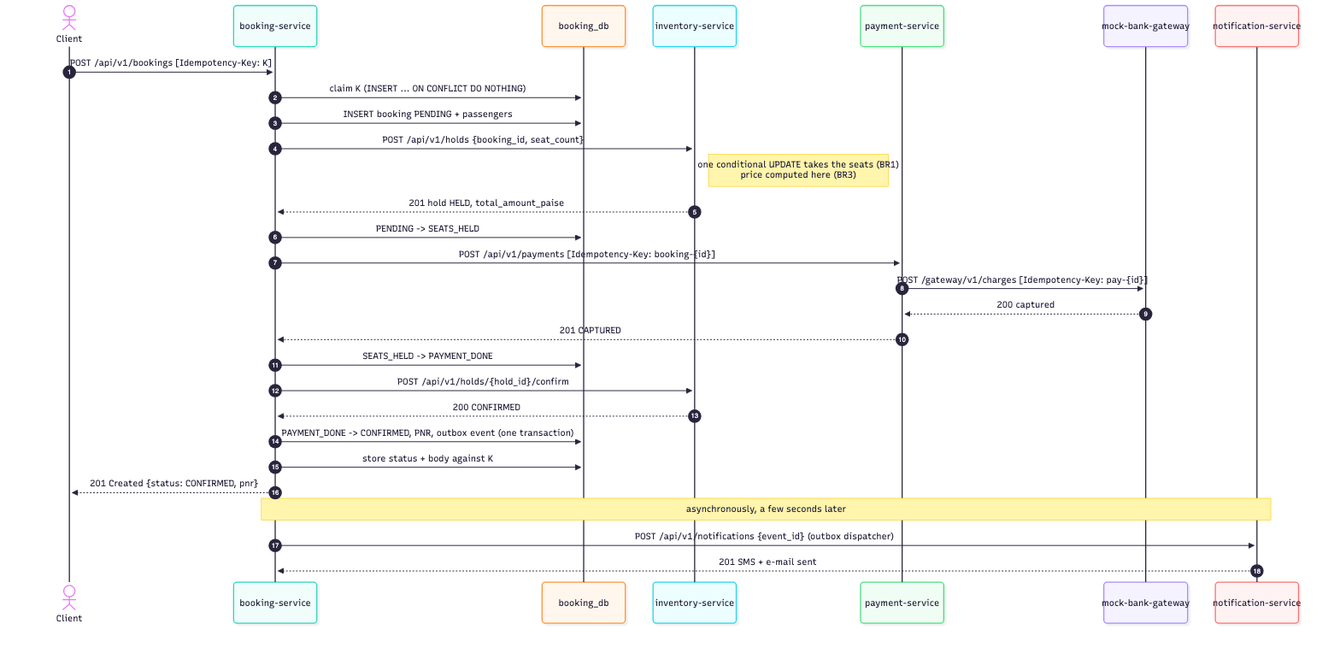
spaceman-dev/tatkal-booking-microservices keeps this Mermaid diagram as docs/diagrams/sequence-happy-path.png. Above is the earlier version. Its source is kept beside it as docs/diagrams/sequence-happy-path.mmd. The source it was exported from:
```mermaid
sequenceDiagram
    autonumber
    actor C as Client
    participant B as booking-service
    participant BD as booking_db
    participant I as inventory-service
    participant P as payment-service
    participant G as mock-bank-gateway
    participant N as notification-service

    C->>B: POST /api/v1/bookings  [Idempotency-Key: K]
    B->>BD: claim K (INSERT ... ON CONFLICT DO NOTHING)
    B->>BD: INSERT booking PENDING + passengers
    B->>I: POST /api/v1/holds {booking_id, seat_count}
    Note right of I: one conditional UPDATE takes the seats (BR1)<br/>price computed here (BR3)
    I-->>B: 201 hold HELD, total_amount_paise
    B->>BD: PENDING -> SEATS_HELD
    B->>P: POST /api/v1/payments  [Idempotency-Key: booking-{id}]
    P->>G: POST /gateway/v1/charges  [Idempotency-Key: pay-{id}]
    G-->>P: 200 captured
    P-->>B: 201 CAPTURED
    B->>BD: SEATS_HELD -> PAYMENT_DONE
    B->>I: POST /api/v1/holds/{hold_id}/confirm
    I-->>B: 200 CONFIRMED
    B->>BD: PAYMENT_DONE -> CONFIRMED, PNR, outbox event (one transaction)
    B->>BD: store status + body against K
    B-->>C: 201 Created {status: CONFIRMED, pnr}

    Note over B,N: asynchronously, a few seconds later
    B->>N: POST /api/v1/notifications {event_id}  (outbox dispatcher)
    N-->>B: 201 SMS + e-mail sent
```
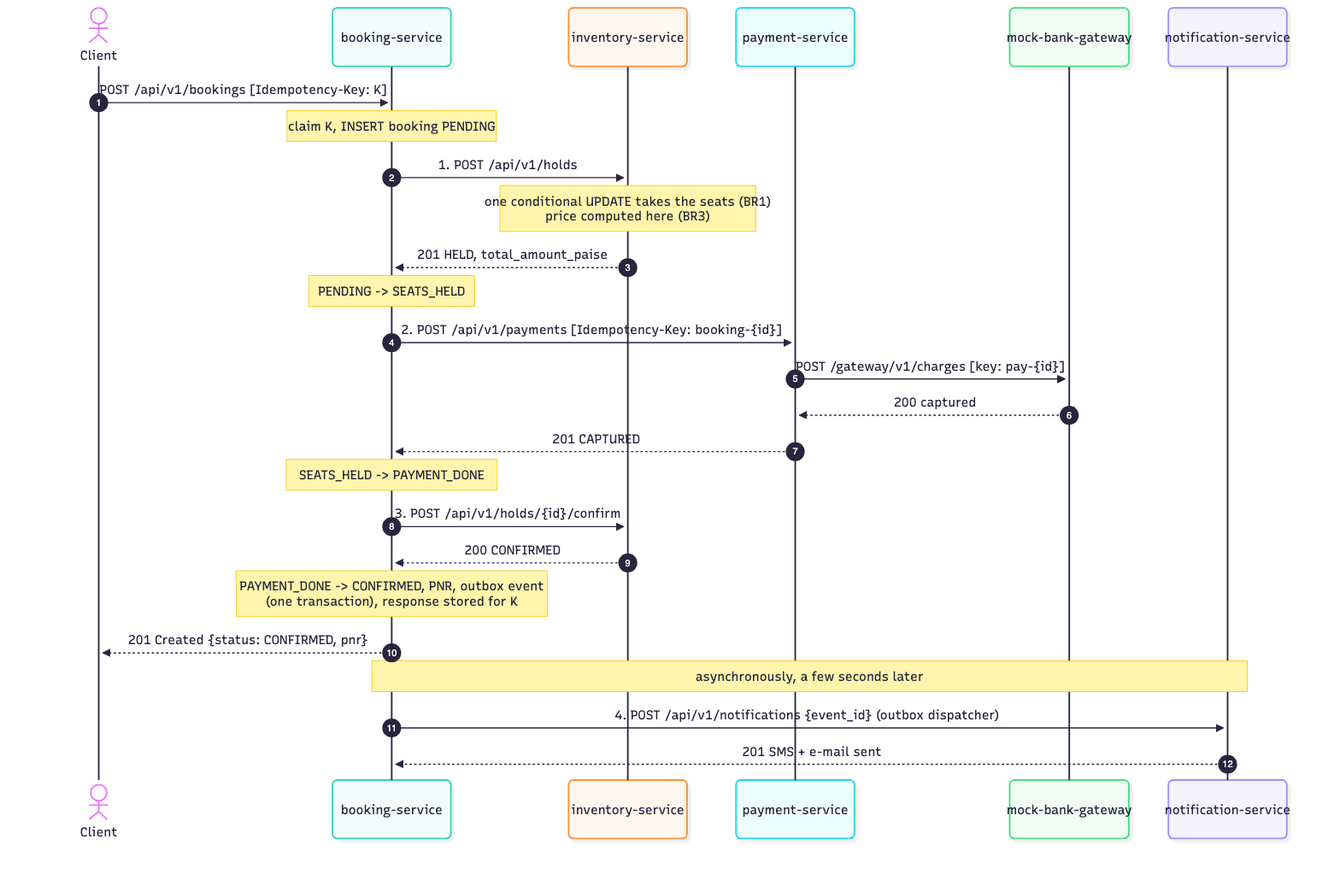
Above is the later version.

Diff of the diagram source:
```diff
@@ -2,30 +2,27 @@
     autonumber
     actor C as Client
     participant B as booking-service
-    participant BD as booking_db
     participant I as inventory-service
     participant P as payment-service
     participant G as mock-bank-gateway
     participant N as notification-service
 
     C->>B: POST /api/v1/bookings  [Idempotency-Key: K]
-    B->>BD: claim K (INSERT ... ON CONFLICT DO NOTHING)
-    B->>BD: INSERT booking PENDING + passengers
-    B->>I: POST /api/v1/holds {booking_id, seat_count}
-    Note right of I: one conditional UPDATE takes the seats (BR1)<br/>price computed here (BR3)
-    I-->>B: 201 hold HELD, total_amount_paise
-    B->>BD: PENDING -> SEATS_HELD
-    B->>P: POST /api/v1/payments  [Idempotency-Key: booking-{id}]
-    P->>G: POST /gateway/v1/charges  [Idempotency-Key: pay-{id}]
+    Note over B: claim K, INSERT booking PENDING
+    B->>I: 1. POST /api/v1/holds
+    Note over I: one conditional UPDATE takes the seats (BR1)<br/>price computed here (BR3)
+    I-->>B: 201 HELD, total_amount_paise
+    Note over B: PENDING -> SEATS_HELD
+    B->>P: 2. POST /api/v1/payments  [Idempotency-Key: booking-{id}]
+    P->>G: POST /gateway/v1/charges  [key: pay-{id}]
     G-->>P: 200 captured
     P-->>B: 201 CAPTURED
-    B->>BD: SEATS_HELD -> PAYMENT_DONE
-    B->>I: POST /api/v1/holds/{hold_id}/confirm
+    Note over B: SEATS_HELD -> PAYMENT_DONE
+    B->>I: 3. POST /api/v1/holds/{id}/confirm
     I-->>B: 200 CONFIRMED
-    B->>BD: PAYMENT_DONE -> CONFIRMED, PNR, outbox event (one transaction)
-    B->>BD: store status + body against K
+    Note over B: PAYMENT_DONE -> CONFIRMED, PNR, outbox event<br/>(one transaction), response stored for K
     B-->>C: 201 Created {status: CONFIRMED, pnr}
 
     Note over B,N: asynchronously, a few seconds later
-    B->>N: POST /api/v1/notifications {event_id}  (outbox dispatcher)
+    B->>N: 4. POST /api/v1/notifications {event_id}  (outbox dispatcher)
     N-->>B: 201 SMS + e-mail sent
```
